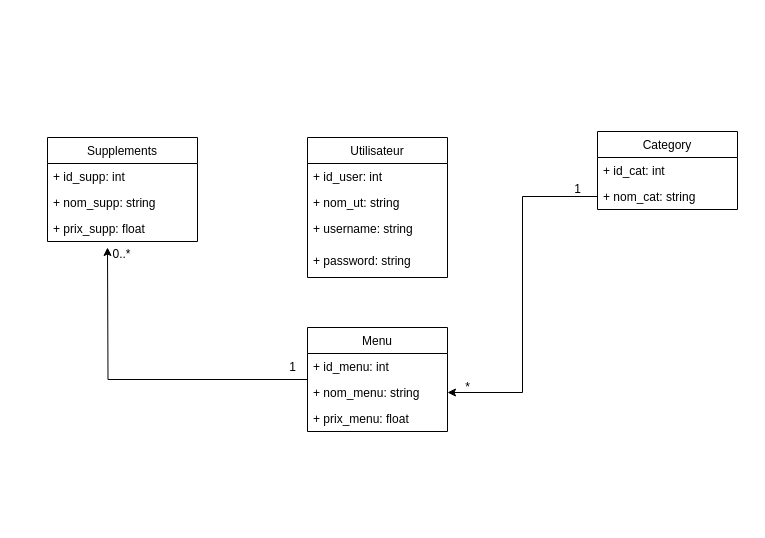
Before: resto.drawio in aminov92/pizzahouse, a draw.io diagram. Source tidied: cells renumbered, new cells numbered last; positions are measured from the earlier drawing's top-left corner, leaving out a move shared by most shapes. Both pictures are drawn from the tidied source at 100%, with x=0, y=0 at pixel (47, 131).
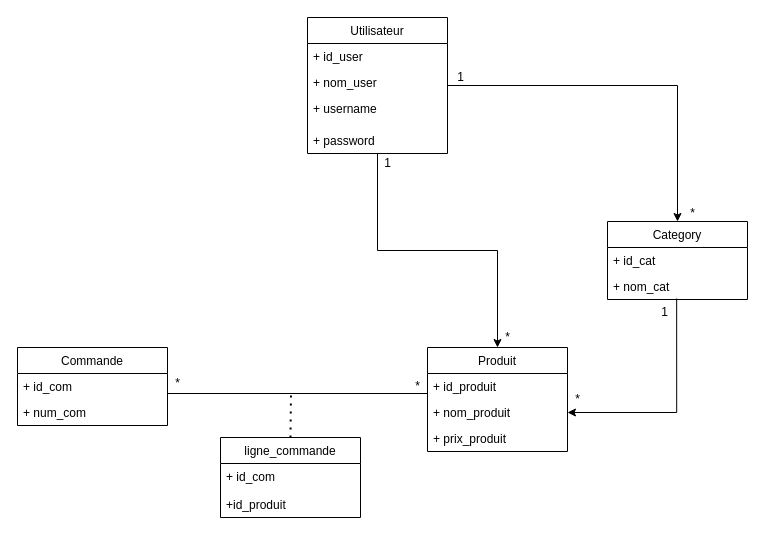
The same diagram, later.

What changed in the source:
```diff
@@
+    <mxCell id="24" style="edgeStyle=orthogonalEdgeStyle;rounded=0;jettySize=auto;html=1;entryX=0.5;entryY=0;entryDx=0;entryDy=0;" parent="1" edge="1" source="2" target="15">
+      <mxGeometry relative="1" as="geometry" />
+    </mxCell>
+    <mxCell id="25" style="edgeStyle=orthogonalEdgeStyle;rounded=0;jettySize=auto;html=1;entryX=0.5;entryY=0;entryDx=0;entryDy=0;" parent="1" edge="1" source="2" target="7">
+      <mxGeometry relative="1" as="geometry" />
+    </mxCell>
     <mxCell id="2" value="Utilisateur" style="swimlane;fontStyle=0;horizontal=1;startSize=26;fillColor=none;" parent="1" vertex="1">
-      <mxGeometry x="260" y="6" width="140" height="140" as="geometry" />
+      <mxGeometry x="260" y="-114" width="140" height="136" as="geometry" />
     </mxCell>
-    <mxCell id="3" value="+ id_user: int" style="text;strokeColor=none;fillColor=none;align=left;verticalAlign=top;spacingLeft=4;spacingRight=4;overflow=hidden;" parent="2" vertex="1">
+    <mxCell id="3" value="+ id_user" style="text;strokeColor=none;fillColor=none;align=left;verticalAlign=top;spacingLeft=4;spacingRight=4;overflow=hidden;" parent="2" vertex="1">
       <mxGeometry y="26" width="140" height="26" as="geometry" />
     </mxCell>
-    <mxCell id="4" value="+ nom_ut: string " style="text;strokeColor=none;fillColor=none;align=left;verticalAlign=top;spacingLeft=4;spacingRight=4;overflow=hidden;" parent="2" vertex="1">
+    <mxCell id="4" value="+ nom_user " style="text;strokeColor=none;fillColor=none;align=left;verticalAlign=top;spacingLeft=4;spacingRight=4;overflow=hidden;" parent="2" vertex="1">
       <mxGeometry y="52" width="140" height="26" as="geometry" />
     </mxCell>
-    <mxCell id="5" value="+ username: string" style="text;strokeColor=none;fillColor=none;align=left;verticalAlign=top;spacingLeft=4;spacingRight=4;overflow=hidden;" parent="2" vertex="1">
-      <mxGeometry y="78" width="140" height="62" as="geometry" />
+    <mxCell id="5" value="+ username" style="text;strokeColor=none;fillColor=none;align=left;verticalAlign=top;spacingLeft=4;spacingRight=4;overflow=hidden;" parent="2" vertex="1">
+      <mxGeometry y="78" width="140" height="32" as="geometry" />
     </mxCell>
-    <mxCell id="6" value="+ password: string" style="text;strokeColor=none;fillColor=none;align=left;verticalAlign=top;spacingLeft=4;spacingRight=4;overflow=hidden;" parent="1" vertex="1">
-      <mxGeometry x="260" y="116" width="140" height="26" as="geometry" />
+    <mxCell id="6" value="+ password" style="text;strokeColor=none;fillColor=none;align=left;verticalAlign=top;spacingLeft=4;spacingRight=4;overflow=hidden;" parent="2" vertex="1">
+      <mxGeometry y="110" width="140" height="26" as="geometry" />
     </mxCell>
     <mxCell id="7" value="Category" style="swimlane;fontStyle=0;horizontal=1;startSize=26;fillColor=none;" parent="1" vertex="1">
-      <mxGeometry x="550" width="140" height="78" as="geometry" />
+      <mxGeometry x="560" y="90" width="140" height="78" as="geometry" />
     </mxCell>
-    <mxCell id="8" value="+ id_cat: int" style="text;strokeColor=none;fillColor=none;align=left;verticalAlign=top;spacingLeft=4;spacingRight=4;overflow=hidden;" parent="7" vertex="1">
+    <mxCell id="8" value="+ id_cat" style="text;strokeColor=none;fillColor=none;align=left;verticalAlign=top;spacingLeft=4;spacingRight=4;overflow=hidden;" parent="7" vertex="1">
       <mxGeometry y="26" width="140" height="26" as="geometry" />
     </mxCell>
-    <mxCell id="9" value="+ nom_cat: string" style="text;strokeColor=none;fillColor=none;align=left;verticalAlign=top;spacingLeft=4;spacingRight=4;overflow=hidden;points=[[0,0.5],[1,0.5]];portConstraint=eastwest;" parent="7" vertex="1">
+    <mxCell id="9" value="+ nom_cat" style="text;strokeColor=none;fillColor=none;align=left;verticalAlign=top;spacingLeft=4;spacingRight=4;overflow=hidden;points=[[0,0.5],[1,0.5]];portConstraint=eastwest;" parent="7" vertex="1">
       <mxGeometry y="52" width="140" height="26" as="geometry" />
     </mxCell>
-    <mxCell id="10" value="Supplements" style="swimlane;fontStyle=0;horizontal=1;startSize=26;fillColor=none;" parent="1" vertex="1">
-      <mxGeometry y="6" width="150" height="104" as="geometry" />
+    <mxCell id="10" value="Commande" style="swimlane;fontStyle=0;horizontal=1;startSize=26;fillColor=none;" parent="1" vertex="1">
+      <mxGeometry x="-30" y="216" width="150" height="78" as="geometry" />
     </mxCell>
-    <mxCell id="11" value="+ id_supp: int" style="text;strokeColor=none;fillColor=none;align=left;verticalAlign=top;spacingLeft=4;spacingRight=4;overflow=hidden;" parent="10" vertex="1">
+    <mxCell id="11" value="+ id_com" style="text;strokeColor=none;fillColor=none;align=left;verticalAlign=top;spacingLeft=4;spacingRight=4;overflow=hidden;" parent="10" vertex="1">
       <mxGeometry y="26" width="150" height="26" as="geometry" />
     </mxCell>
-    <mxCell id="12" value="+ nom_supp: string" style="text;strokeColor=none;fillColor=none;align=left;verticalAlign=top;spacingLeft=4;spacingRight=4;overflow=hidden;" parent="10" vertex="1">
+    <mxCell id="12" value="+ num_com" style="text;strokeColor=none;fillColor=none;align=left;verticalAlign=top;spacingLeft=4;spacingRight=4;overflow=hidden;" parent="10" vertex="1">
       <mxGeometry y="52" width="150" height="26" as="geometry" />
     </mxCell>
-    <mxCell id="13" value="+ prix_supp: float" style="text;strokeColor=none;fillColor=none;align=left;verticalAlign=top;spacingLeft=4;spacingRight=4;overflow=hidden;" parent="10" vertex="1">
-      <mxGeometry y="78" width="150" height="26" as="geometry" />
-    </mxCell>
-    <mxCell id="14" style="edgeStyle=orthogonalEdgeStyle;rounded=0;jettySize=auto;html=1;" parent="1" edge="1" source="15">
-      <mxGeometry relative="1" as="geometry">
-        <mxPoint x="60" y="116" as="targetPoint" />
-      </mxGeometry>
-    </mxCell>
-    <mxCell id="15" value="Menu" style="swimlane;fontStyle=0;horizontal=1;startSize=26;fillColor=none;" parent="1" vertex="1">
-      <mxGeometry x="260" y="196" width="140" height="104" as="geometry" />
+    <mxCell id="15" value="Produit" style="swimlane;fontStyle=0;horizontal=1;startSize=26;fillColor=none;" parent="1" vertex="1">
+      <mxGeometry x="380" y="216" width="140" height="104" as="geometry" />
     </mxCell>
-    <mxCell id="16" value="+ id_menu: int" style="text;strokeColor=none;fillColor=none;align=left;verticalAlign=top;spacingLeft=4;spacingRight=4;overflow=hidden;" parent="15" vertex="1">
+    <mxCell id="16" value="+ id_produit" style="text;strokeColor=none;fillColor=none;align=left;verticalAlign=top;spacingLeft=4;spacingRight=4;overflow=hidden;" parent="15" vertex="1">
       <mxGeometry y="26" width="140" height="26" as="geometry" />
     </mxCell>
-    <mxCell id="17" value="+ nom_menu: string " style="text;strokeColor=none;fillColor=none;align=left;verticalAlign=top;spacingLeft=4;spacingRight=4;overflow=hidden;points=[[0,0.5],[1,0.5]];portConstraint=eastwest;" parent="15" vertex="1">
+    <mxCell id="17" value="+ nom_produit " style="text;strokeColor=none;fillColor=none;align=left;verticalAlign=top;spacingLeft=4;spacingRight=4;overflow=hidden;points=[[0,0.5],[1,0.5]];portConstraint=eastwest;" parent="15" vertex="1">
       <mxGeometry y="52" width="140" height="26" as="geometry" />
     </mxCell>
-    <mxCell id="18" value="+ prix_menu: float" style="text;strokeColor=none;fillColor=none;align=left;verticalAlign=top;spacingLeft=4;spacingRight=4;overflow=hidden;" parent="15" vertex="1">
+    <mxCell id="18" value="+ prix_produit" style="text;strokeColor=none;fillColor=none;align=left;verticalAlign=top;spacingLeft=4;spacingRight=4;overflow=hidden;" parent="15" vertex="1">
       <mxGeometry y="78" width="140" height="26" as="geometry" />
     </mxCell>
-    <mxCell id="19" style="edgeStyle=orthogonalEdgeStyle;rounded=0;jettySize=auto;html=1;exitX=0;exitY=0.5;exitDx=0;exitDy=0;entryX=1;entryY=0.5;entryDx=0;entryDy=0;" parent="1" edge="1" source="9" target="17">
+    <mxCell id="19" style="edgeStyle=orthogonalEdgeStyle;rounded=0;jettySize=auto;html=1;exitX=0.494;exitY=0.962;exitDx=0;exitDy=0;entryX=1;entryY=0.5;entryDx=0;entryDy=0;exitPerimeter=0;" parent="1" edge="1" source="9" target="17">
       <mxGeometry relative="1" as="geometry" />
     </mxCell>
     <mxCell id="20" value="1" style="text;html=1;align=center;verticalAlign=middle;fillColor=none;strokeColor=none;rounded=0;" parent="1" vertex="1">
-      <mxGeometry x="520" y="48" width="20" height="20" as="geometry" />
+      <mxGeometry x="607" y="171" width="20" height="20" as="geometry" />
     </mxCell>
     <mxCell id="21" value="*" style="text;html=1;align=center;verticalAlign=middle;fillColor=none;strokeColor=none;rounded=0;" parent="1" vertex="1">
-      <mxGeometry x="410" y="246" width="20" height="20" as="geometry" />
+      <mxGeometry x="520" y="258" width="20" height="20" as="geometry" />
     </mxCell>
-    <mxCell id="22" value="1" style="text;html=1;align=center;verticalAlign=middle;fillColor=none;strokeColor=none;rounded=0;" parent="1" vertex="1">
-      <mxGeometry x="235" y="226" width="20" height="20" as="geometry" />
-    </mxCell>
-    <mxCell id="23" value="0..*" style="text;html=1;align=center;verticalAlign=middle;fillColor=none;strokeColor=none;rounded=0;" parent="1" vertex="1">
-      <mxGeometry x="59" y="113" width="30" height="20" as="geometry" />
-    </mxCell>
+    <mxCell id="26" value="1" style="text;html=1;align=center;verticalAlign=middle;fillColor=none;strokeColor=none;rounded=0;" parent="1" vertex="1">
+      <mxGeometry x="330" y="22" width="20" height="20" as="geometry" />
+    </mxCell>
+    <mxCell id="27" value="*" style="text;html=1;align=center;verticalAlign=middle;fillColor=none;strokeColor=none;rounded=0;" parent="1" vertex="1">
+      <mxGeometry x="450" y="196" width="20" height="20" as="geometry" />
+    </mxCell>
+    <mxCell id="28" value="1" style="text;html=1;align=center;verticalAlign=middle;fillColor=none;strokeColor=none;rounded=0;" parent="1" vertex="1">
+      <mxGeometry x="403" y="-64" width="20" height="20" as="geometry" />
+    </mxCell>
+    <mxCell id="29" value="*" style="text;html=1;align=center;verticalAlign=middle;fillColor=none;strokeColor=none;rounded=0;" parent="1" vertex="1">
+      <mxGeometry x="635" y="72" width="20" height="20" as="geometry" />
+    </mxCell>
+    <mxCell id="30" value="ligne_commande" style="swimlane;fontStyle=0;horizontal=1;startSize=26;fillColor=none;" parent="1" vertex="1">
+      <mxGeometry x="173" y="306" width="140" height="80" as="geometry" />
+    </mxCell>
+    <mxCell id="31" value="+ id_com&#10;&#10;+id_produit&#10;" style="text;strokeColor=none;fillColor=none;align=left;verticalAlign=top;spacingLeft=4;spacingRight=4;overflow=hidden;" parent="30" vertex="1">
+      <mxGeometry y="26" width="140" height="54" as="geometry" />
+    </mxCell>
+    <mxCell id="32" value="*" style="text;html=1;align=center;verticalAlign=middle;fillColor=none;strokeColor=none;rounded=0;" parent="1" vertex="1">
+      <mxGeometry x="120" y="242" width="20" height="20" as="geometry" />
+    </mxCell>
+    <mxCell id="33" value="*" style="text;html=1;align=center;verticalAlign=middle;fillColor=none;strokeColor=none;rounded=0;" parent="1" vertex="1">
+      <mxGeometry x="360" y="245" width="20" height="20" as="geometry" />
+    </mxCell>
+    <mxCell id="34" style="line;strokeWidth=1;fillColor=none;align=left;verticalAlign=middle;spacingTop=-1;spacingLeft=3;spacingRight=3;labelPosition=right;points=[];portConstraint=eastwest;" parent="1" vertex="1">
+      <mxGeometry x="120" y="258" width="260" height="8" as="geometry" />
+    </mxCell>
+    <mxCell id="35" style="endArrow=none;dashed=1;html=1;dashPattern=1 3;strokeWidth=2;exitX=0.5;exitY=0;exitDx=0;exitDy=0;entryX=0.475;entryY=0.225;entryDx=0;entryDy=0;entryPerimeter=0;" parent="1" edge="1" source="30" target="34">
+      <mxGeometry relative="1" as="geometry" />
+    </mxCell>
```
